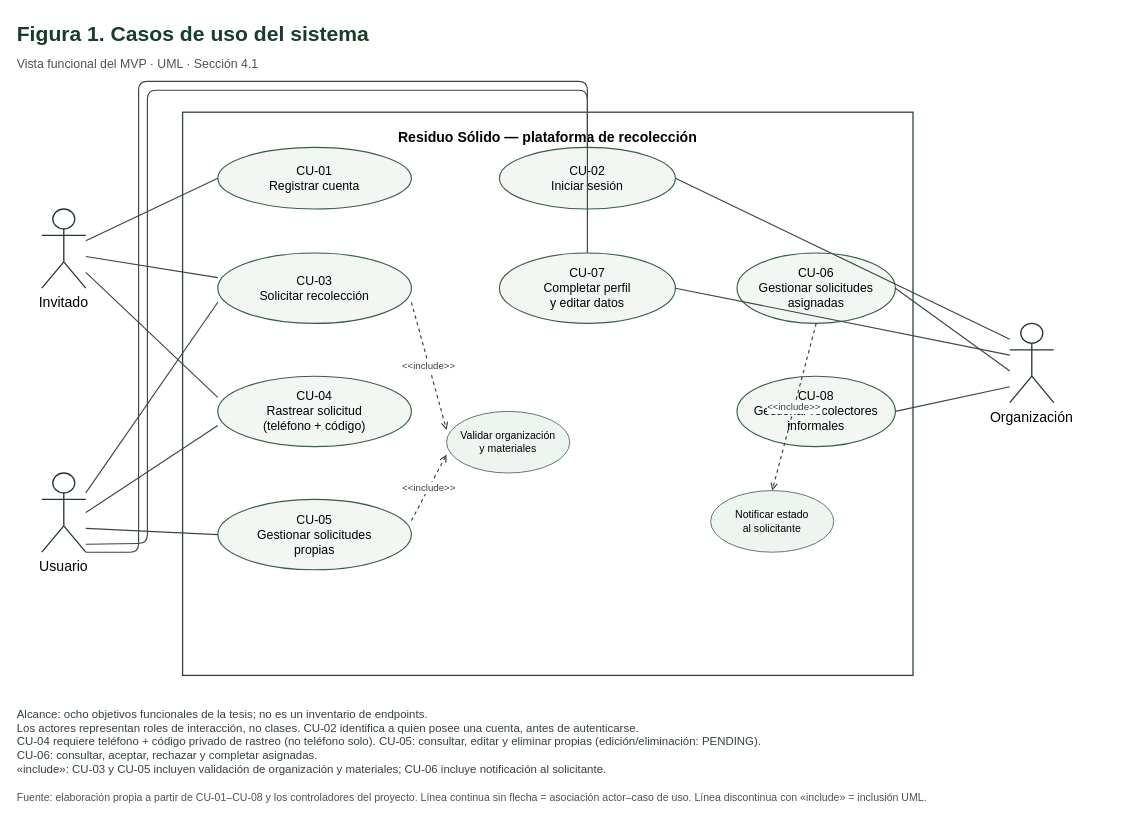
Before: docs/diagrams/figura1-casos-uso.drawio in fedegonc/residuosolido, a draw.io diagram. Source tidied: cells renumbered, new cells numbered last; positions are measured from the earlier drawing's top-left corner, leaving out a move shared by most shapes. Both pictures are drawn from the tidied source at 88%, with x=0, y=0 at pixel (15, 15).
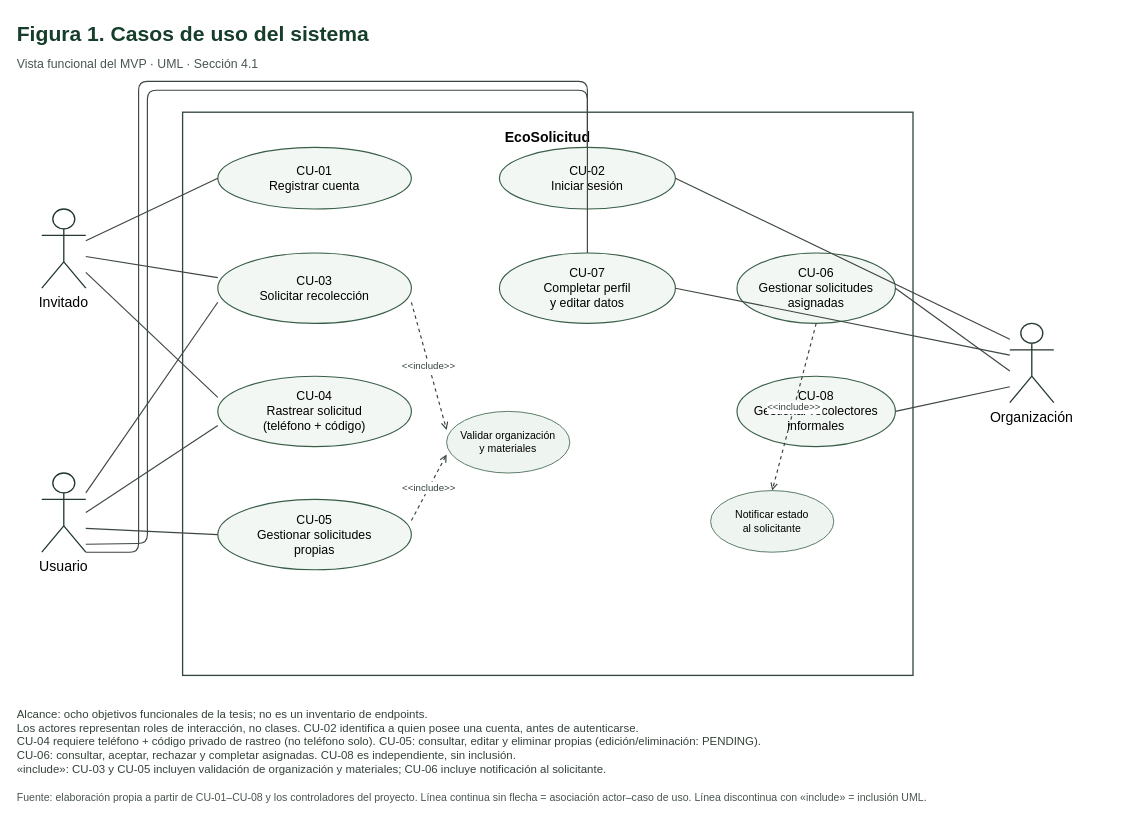
The same diagram, later.

Commit message:
fix: corregir diagrama de casos de uso según especificación

What changed in the source:
```diff
@@
-    <mxCell id="4" value="Residuo Sólido — plataforma de recolección" style="rounded=0;html=0;verticalAlign=top;spacingTop=12;fontFamily=Helvetica;fontSize=16;fontStyle=1;fillColor=#ffffff;strokeColor=#33483c;strokeWidth=1.5;" parent="1" vertex="1">
+    <mxCell id="4" value="EcoSolicitud" style="rounded=0;html=0;verticalAlign=top;spacingTop=12;fontFamily=Helvetica;fontSize=16;fontStyle=1;fillColor=#ffffff;strokeColor=#33483c;strokeWidth=1.5;" parent="1" vertex="1">
       <mxGeometry x="190" y="110" width="830" height="640" as="geometry" />
     </mxCell>
@@
-    <mxCell id="33" value="Alcance: ocho objetivos funcionales de la tesis; no es un inventario de endpoints.&#10;Los actores representan roles de interacción, no clases. CU-02 identifica a quien posee una cuenta, antes de autenticarse.&#10;CU-04 requiere teléfono + código privado de rastreo (no teléfono solo). CU-05: consultar, editar y eliminar propias (edición/eliminación: PENDING).&#10;CU-06: consultar, aceptar, rechazar y completar asignadas.&#10;«include»: CU-03 y CU-05 incluyen validación de organización y materiales; CU-06 incluye notificación al solicitante." style="text;html=0;whiteSpace=wrap;fontFamily=Helvetica;fontSize=13;align=left;verticalAlign=top;fontColor=#344239;" parent="1" vertex="1">
+    <mxCell id="33" value="Alcance: ocho objetivos funcionales de la tesis; no es un inventario de endpoints.&#10;Los actores representan roles de interacción, no clases. CU-02 identifica a quien posee una cuenta, antes de autenticarse.&#10;CU-04 requiere teléfono + código privado de rastreo (no teléfono solo). CU-05: consultar, editar y eliminar propias (edición/eliminación: PENDING).&#10;CU-06: consultar, aceptar, rechazar y completar asignadas. CU-08 es independiente, sin inclusión.&#10;«include»: CU-03 y CU-05 incluyen validación de organización y materiales; CU-06 incluye notificación al solicitante." style="text;html=0;whiteSpace=wrap;fontFamily=Helvetica;fontSize=13;align=left;verticalAlign=top;fontColor=#344239;" parent="1" vertex="1">
       <mxGeometry y="780" width="1240" height="85" as="geometry" />
     </mxCell>
```
